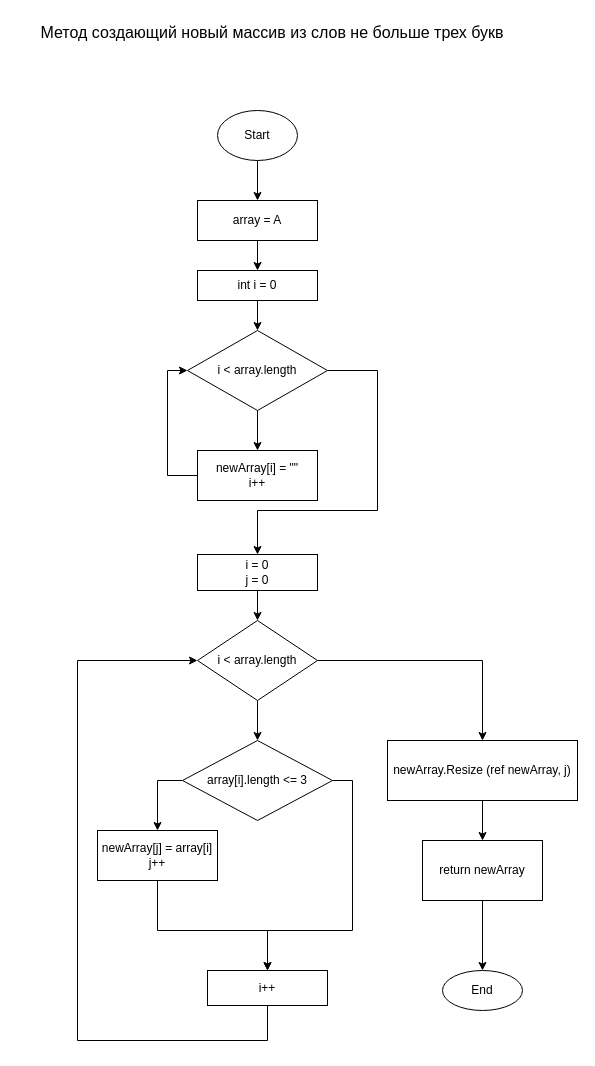
ge1983/GB_Itog keeps this draw.io diagram as Diagram.drawio. Above is the earlier version. Source tidied: cells renumbered, new cells numbered last; positions are measured from the earlier drawing's top-left corner, leaving out a move shared by most shapes. Both pictures are drawn from the tidied source at 100%, with x=0, y=0 at pixel (17, 17).
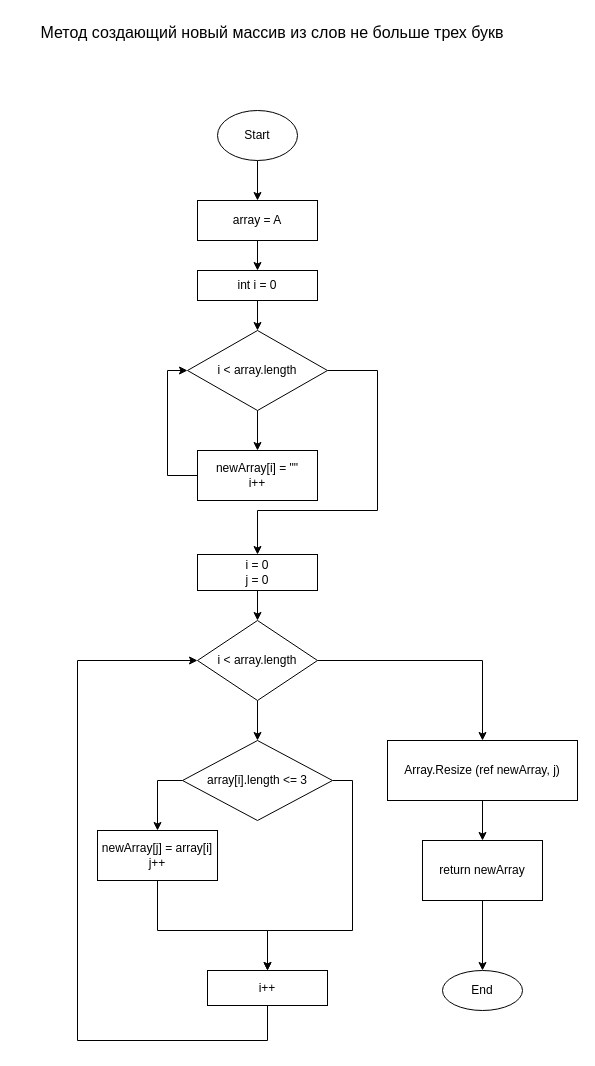
The same page after the edit.

Diff of the diagram source:
```diff
@@
-    <mxCell id="25" value="newArray.Resize (ref newArray, j)" style="whiteSpace=wrap;html=1;" parent="1" vertex="1">
+    <mxCell id="25" value="Array.Resize (ref newArray, j)" style="whiteSpace=wrap;html=1;" parent="1" vertex="1">
       <mxGeometry x="370" y="723" width="190" height="60" as="geometry" />
     </mxCell>
```
